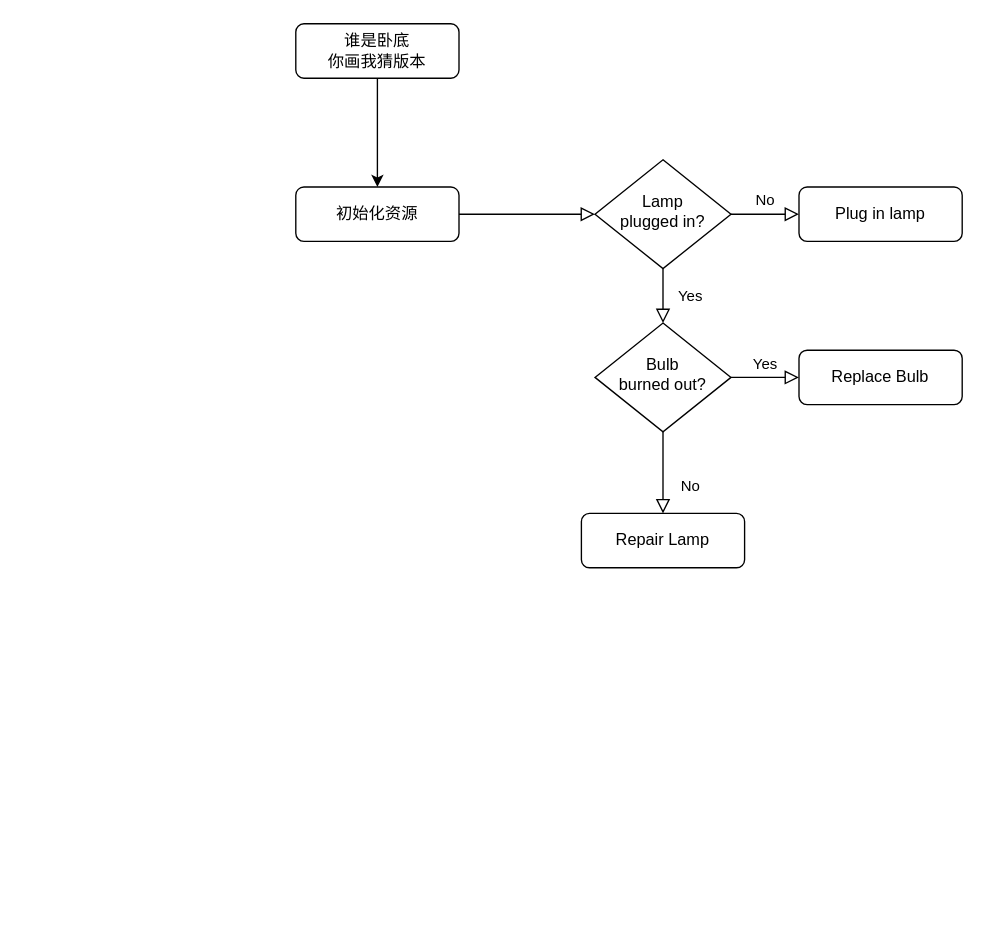
Earlier version of the draw.io diagram h5游戏开发.drawio (Miroscyer/jslearn). Source tidied: cells renumbered, new cells numbered last; positions are measured from the earlier drawing's top-left corner, leaving out a move shared by most shapes. Both pictures are drawn from the tidied source at 136%, with x=0, y=0 at pixel (295, 23).
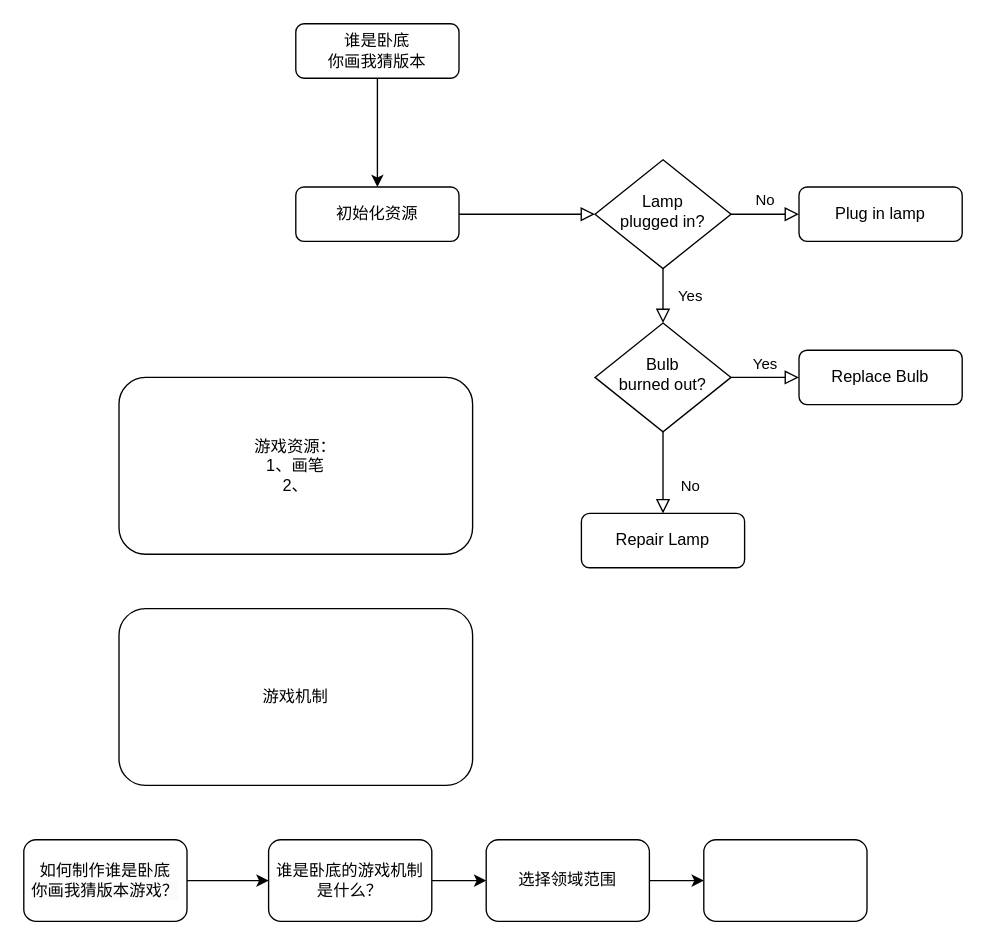
The same diagram, later.

Commit message:
更新h5游戏开发.drawio

What changed in the source:
```diff
@@
+    <mxCell id="15" value="游戏资源：&lt;br&gt;1、画笔&lt;br&gt;2、" style="rounded=1;whiteSpace=wrap;html=1;" parent="1" vertex="1">
+      <mxGeometry x="-130" y="260" width="260" height="130" as="geometry" />
+    </mxCell>
+    <mxCell id="16" value="游戏机制" style="rounded=1;whiteSpace=wrap;html=1;" parent="1" vertex="1">
+      <mxGeometry x="-130" y="430" width="260" height="130" as="geometry" />
+    </mxCell>
+    <mxCell id="17" style="edgeStyle=orthogonalEdgeStyle;rounded=0;jettySize=auto;html=1;" parent="1" edge="1" source="18" target="20">
+      <mxGeometry relative="1" as="geometry" />
+    </mxCell>
+    <mxCell id="18" value="&lt;span style=&quot;color: rgb(0, 0, 0); font-family: Helvetica; font-size: 12px; font-style: normal; font-variant-ligatures: normal; font-variant-caps: normal; font-weight: 400; letter-spacing: normal; orphans: 2; text-align: center; text-indent: 0px; text-transform: none; widows: 2; word-spacing: 0px; -webkit-text-stroke-width: 0px; background-color: rgb(251, 251, 251); text-decoration-thickness: initial; text-decoration-style: initial; text-decoration-color: initial; float: none; display: inline !important;&quot;&gt;如何制作谁是卧底&lt;/span&gt;&lt;br style=&quot;border-color: var(--border-color); color: rgb(0, 0, 0); font-family: Helvetica; font-size: 12px; font-style: normal; font-variant-ligatures: normal; font-variant-caps: normal; font-weight: 400; letter-spacing: normal; orphans: 2; text-align: center; text-indent: 0px; text-transform: none; widows: 2; word-spacing: 0px; -webkit-text-stroke-width: 0px; background-color: rgb(251, 251, 251); text-decoration-thickness: initial; text-decoration-style: initial; text-decoration-color: initial;&quot;&gt;&lt;span style=&quot;color: rgb(0, 0, 0); font-family: Helvetica; font-size: 12px; font-style: normal; font-variant-ligatures: normal; font-variant-caps: normal; font-weight: 400; letter-spacing: normal; orphans: 2; text-align: center; text-indent: 0px; text-transform: none; widows: 2; word-spacing: 0px; -webkit-text-stroke-width: 0px; background-color: rgb(251, 251, 251); text-decoration-thickness: initial; text-decoration-style: initial; text-decoration-color: initial; float: none; display: inline !important;&quot;&gt;你画我猜版本游戏？&lt;/span&gt;" style="rounded=1;whiteSpace=wrap;html=1;" parent="1" vertex="1">
+      <mxGeometry x="-200" y="600" width="120" height="60" as="geometry" />
+    </mxCell>
+    <mxCell id="19" style="edgeStyle=orthogonalEdgeStyle;rounded=0;jettySize=auto;html=1;" parent="1" edge="1" source="20" target="22">
+      <mxGeometry relative="1" as="geometry" />
+    </mxCell>
+    <mxCell id="20" value="谁是卧底的游戏机制是什么？" style="whiteSpace=wrap;html=1;rounded=1;" parent="1" vertex="1">
+      <mxGeometry x="-20" y="600" width="120" height="60" as="geometry" />
+    </mxCell>
+    <mxCell id="21" style="edgeStyle=orthogonalEdgeStyle;rounded=0;jettySize=auto;html=1;" parent="1" edge="1" source="22" target="23">
+      <mxGeometry relative="1" as="geometry" />
+    </mxCell>
+    <mxCell id="22" value="选择领域范围" style="rounded=1;whiteSpace=wrap;html=1;" parent="1" vertex="1">
+      <mxGeometry x="140" y="600" width="120" height="60" as="geometry" />
+    </mxCell>
+    <mxCell id="23" style="rounded=1;whiteSpace=wrap;html=1;" parent="1" vertex="1">
+      <mxGeometry x="300" y="600" width="120" height="60" as="geometry" />
+    </mxCell>
```
